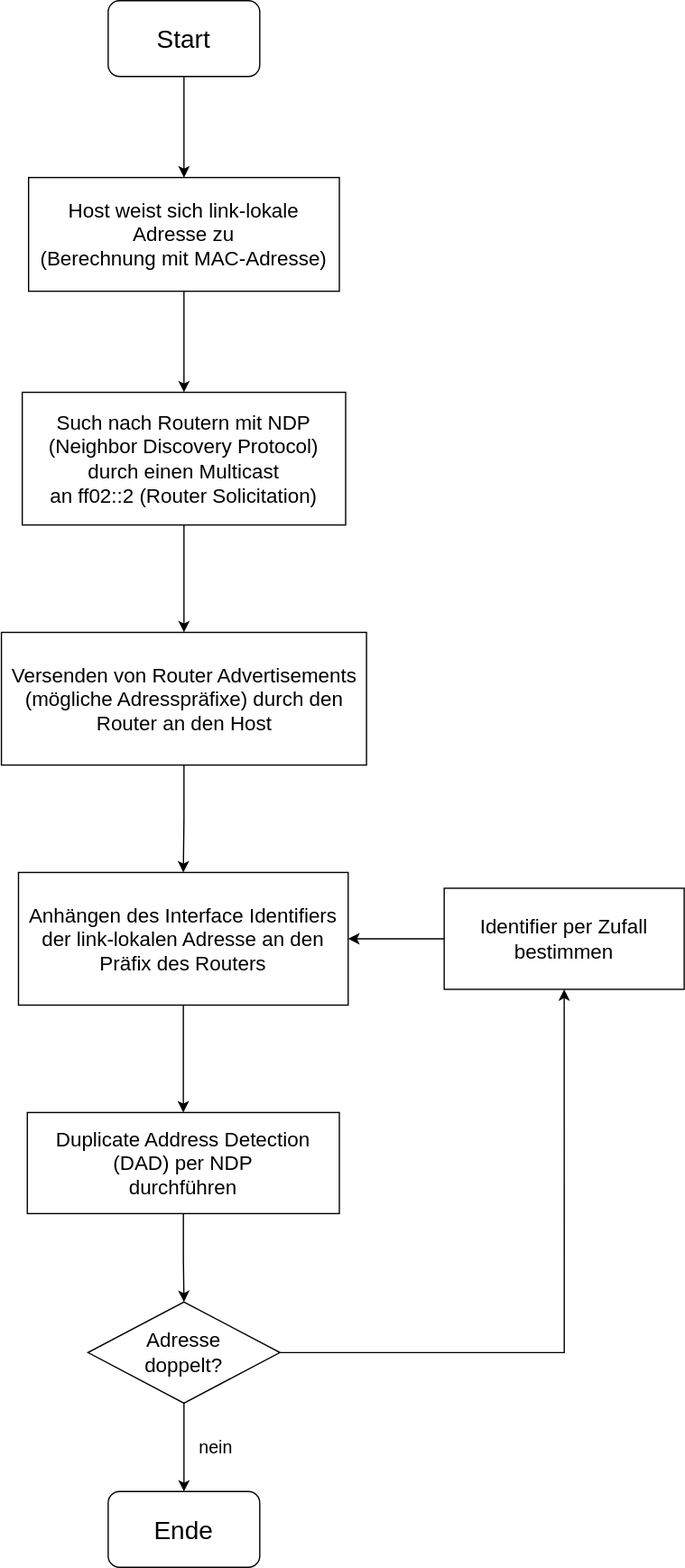
Before: Anhang/SVG/SLAAC.drawio.svg, a diagram exported from draw.io (kh4y4m/Obsidian-Berufsschule). Source tidied: cells renumbered, new cells last; positions are measured from the earlier drawing's top-left corner, leaving out a move shared by most shapes.
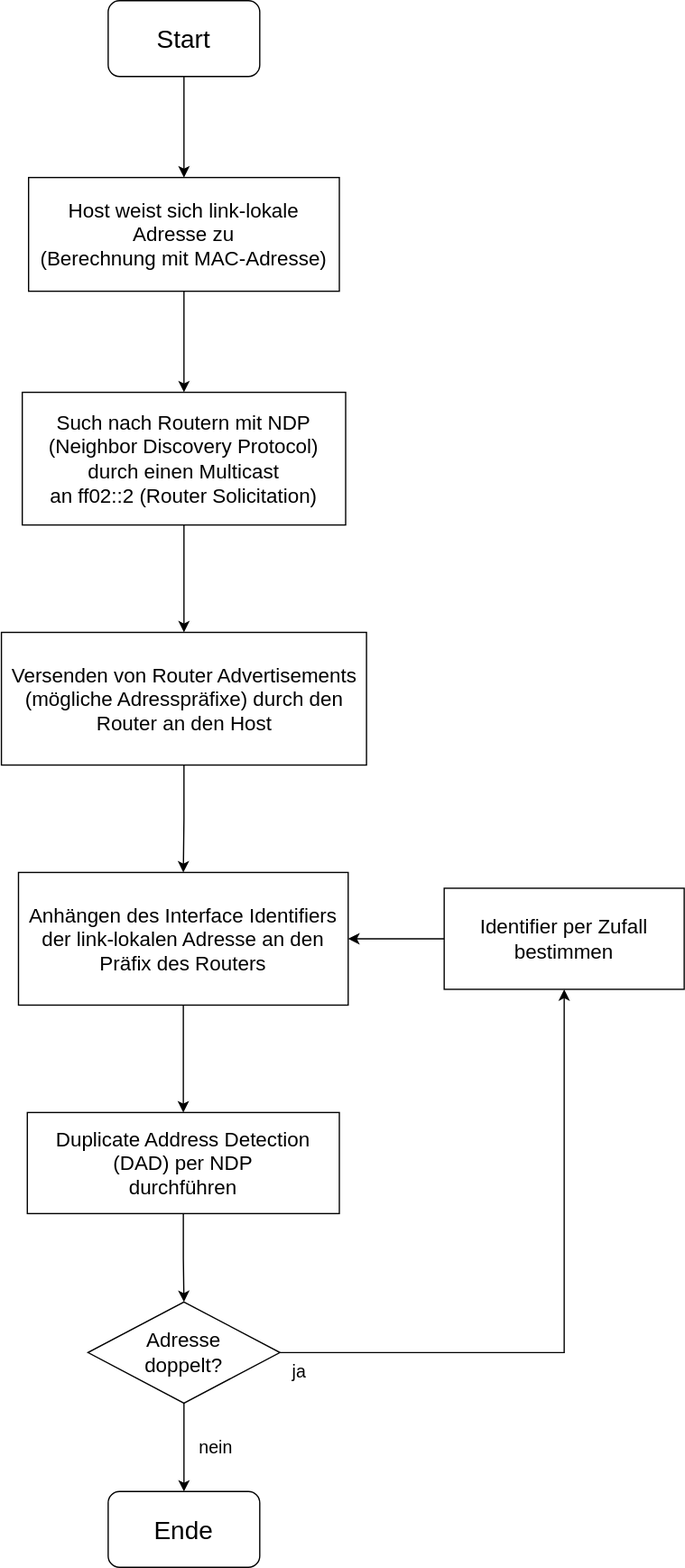
After the change.

Diff of the diagram source:
```diff
@@ -59,5 +59,8 @@
     <mxCell id="20" value="&lt;span style=&quot;font-size: 16px;&quot;&gt;Identifier per Zufall bestimmen&lt;br&gt;&lt;/span&gt;" style="rounded=0;whiteSpace=wrap;html=1;" parent="1" vertex="1">
       <mxGeometry x="350" y="702.5" width="190" height="80" as="geometry" />
     </mxCell>
+    <mxCell id="21" value="&lt;font style=&quot;font-size: 14px;&quot;&gt;ja&lt;/font&gt;" style="text;html=1;align=center;verticalAlign=middle;strokeColor=none;fillColor=none;" parent="1" vertex="1">
+      <mxGeometry x="220" y="1070" width="30" height="30" as="geometry" />
+    </mxCell>
   </root>
 </mxGraphModel>
```
